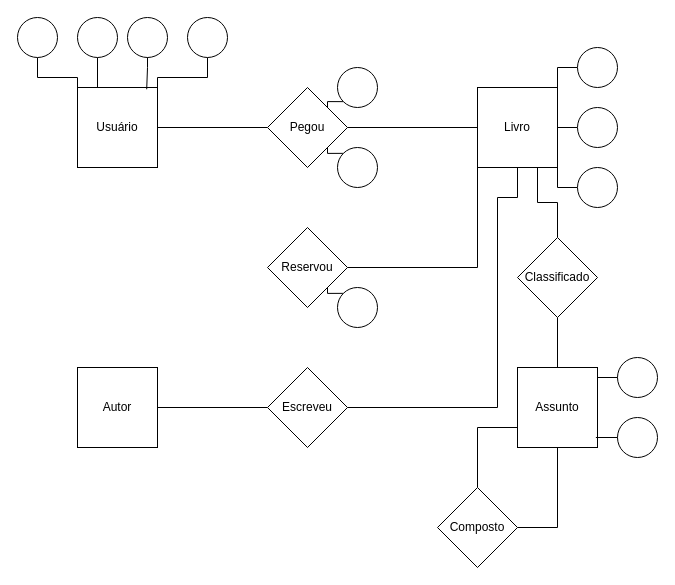
Aliel101/Aliel101-Atividades keeps this draw.io diagram as Diagrama sem nome.drawio. Above is the earlier version. Source tidied: cells renumbered, new cells numbered last; positions are measured from the earlier drawing's top-left corner, leaving out a move shared by most shapes. Both pictures are drawn from the tidied source at 100%, with x=0, y=0 at pixel (17, 17).
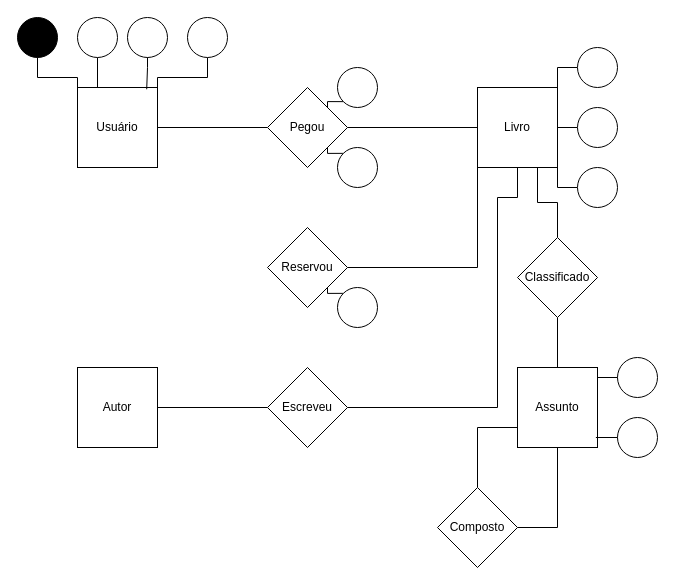
The same page after the edit.

Change to the diagram source:
```diff
@@
-    <mxCell id="5" style="ellipse;whiteSpace=wrap;html=1;fillColor=#FFFFFF;" parent="1" vertex="1">
+    <mxCell id="5" style="ellipse;whiteSpace=wrap;html=1;fillColor=#000000;" parent="1" vertex="1">
       <mxGeometry width="40" height="40" as="geometry" />
     </mxCell>
```
